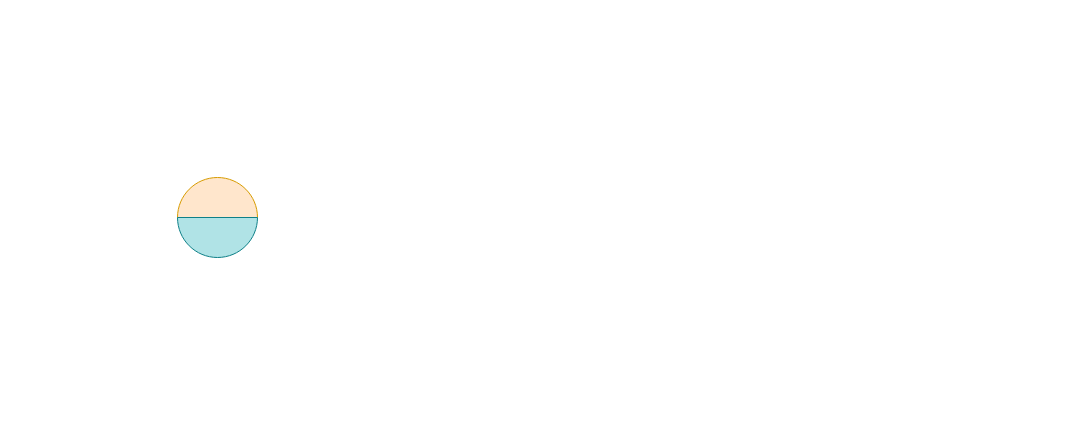
Before: Question 6.drawio in melmirasol/Case-Problem-6.2, a draw.io diagram. Source tidied: cells renumbered, new cells numbered last; positions are measured from the earlier drawing's top-left corner, leaving out a move shared by most shapes. Both pictures are drawn from the tidied source at 100%, with x=0, y=0 at pixel (177, 177).
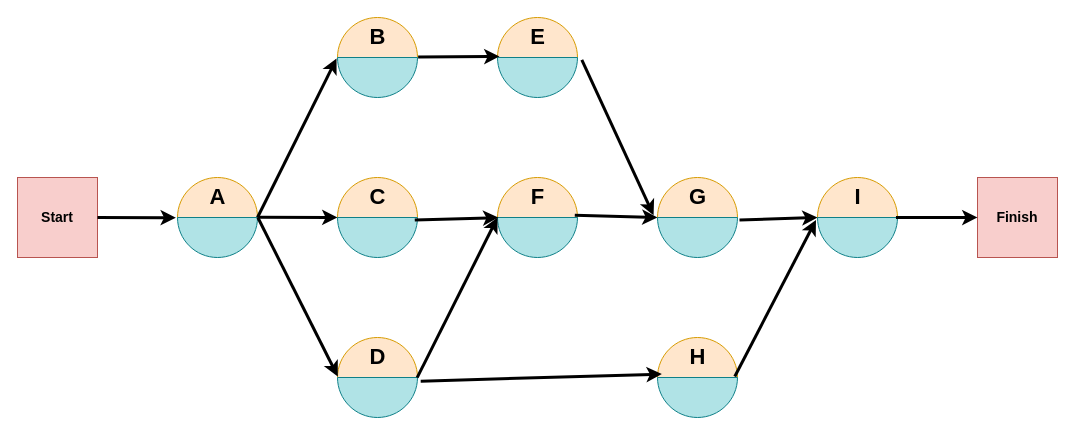
The same diagram, later.

The change refers to these unchanged cells:
```xml
<mxCell id="2" style="group;fontSize=22;fontStyle=1;" parent="1" vertex="1">
  <mxGeometry width="80" height="80" as="geometry" />
</mxCell>
```

The edit, as a diff of the source:
```diff
@@
-    <mxCell id="3" style="verticalLabelPosition=middle;verticalAlign=middle;html=1;shape=mxgraph.basic.half_circle;direction=west;labelPosition=center;align=center;fillColor=#ffe6cc;strokeColor=#d79b00;fontSize=22;fontStyle=1;" parent="2" vertex="1">
+    <mxCell id="3" value="A" style="verticalLabelPosition=middle;verticalAlign=middle;html=1;shape=mxgraph.basic.half_circle;direction=west;labelPosition=center;align=center;fillColor=#ffe6cc;strokeColor=#d79b00;fontSize=22;fontStyle=1;" parent="2" vertex="1">
       <mxGeometry width="80" height="40" as="geometry" />
     </mxCell>
@@
+    <mxCell id="5" style="group;fontSize=22;fontStyle=1;" parent="1" vertex="1">
+      <mxGeometry x="160" y="-160" width="80" height="80" as="geometry" />
+    </mxCell>
+    <mxCell id="6" value="B" style="verticalLabelPosition=middle;verticalAlign=middle;html=1;shape=mxgraph.basic.half_circle;direction=west;labelPosition=center;align=center;fillColor=#ffe6cc;strokeColor=#d79b00;fontSize=22;fontStyle=1;" parent="5" vertex="1">
+      <mxGeometry width="80" height="40" as="geometry" />
+    </mxCell>
+    <mxCell id="7" style="verticalLabelPosition=middle;verticalAlign=middle;html=1;shape=mxgraph.basic.half_circle;direction=east;labelPosition=center;align=center;fillColor=#b0e3e6;strokeColor=#0e8088;fontSize=22;fontStyle=1;" parent="5" vertex="1">
+      <mxGeometry y="40" width="80" height="40" as="geometry" />
+    </mxCell>
+    <mxCell id="8" style="group;fontSize=22;fontStyle=1;" parent="1" vertex="1">
+      <mxGeometry x="160" width="80" height="80" as="geometry" />
+    </mxCell>
+    <mxCell id="9" value="C" style="verticalLabelPosition=middle;verticalAlign=middle;html=1;shape=mxgraph.basic.half_circle;direction=west;labelPosition=center;align=center;fillColor=#ffe6cc;strokeColor=#d79b00;fontSize=22;fontStyle=1;" parent="8" vertex="1">
+      <mxGeometry width="80" height="40" as="geometry" />
+    </mxCell>
+    <mxCell id="10" style="verticalLabelPosition=middle;verticalAlign=middle;html=1;shape=mxgraph.basic.half_circle;direction=east;labelPosition=center;align=center;fillColor=#b0e3e6;strokeColor=#0e8088;fontSize=22;fontStyle=1;" parent="8" vertex="1">
+      <mxGeometry y="40" width="80" height="40" as="geometry" />
+    </mxCell>
+    <mxCell id="11" style="group;fontSize=22;fontStyle=1;" parent="1" vertex="1">
+      <mxGeometry x="160" y="160" width="80" height="80" as="geometry" />
+    </mxCell>
+    <mxCell id="12" value="D" style="verticalLabelPosition=middle;verticalAlign=middle;html=1;shape=mxgraph.basic.half_circle;direction=west;labelPosition=center;align=center;fillColor=#ffe6cc;strokeColor=#d79b00;fontSize=22;fontStyle=1;" parent="11" vertex="1">
+      <mxGeometry width="80" height="40" as="geometry" />
+    </mxCell>
+    <mxCell id="13" style="verticalLabelPosition=middle;verticalAlign=middle;html=1;shape=mxgraph.basic.half_circle;direction=east;labelPosition=center;align=center;fillColor=#b0e3e6;strokeColor=#0e8088;fontSize=22;fontStyle=1;" parent="11" vertex="1">
+      <mxGeometry y="40" width="80" height="40" as="geometry" />
+    </mxCell>
+    <mxCell id="14" style="group;fontSize=22;fontStyle=1;" parent="1" vertex="1">
+      <mxGeometry x="320" y="-160" width="80" height="80" as="geometry" />
+    </mxCell>
+    <mxCell id="15" value="E" style="verticalLabelPosition=middle;verticalAlign=middle;html=1;shape=mxgraph.basic.half_circle;direction=west;labelPosition=center;align=center;fillColor=#ffe6cc;strokeColor=#d79b00;fontSize=22;fontStyle=1;" parent="14" vertex="1">
+      <mxGeometry width="80" height="40" as="geometry" />
+    </mxCell>
+    <mxCell id="16" style="verticalLabelPosition=middle;verticalAlign=middle;html=1;shape=mxgraph.basic.half_circle;direction=east;labelPosition=center;align=center;fillColor=#b0e3e6;strokeColor=#0e8088;fontSize=22;fontStyle=1;" parent="14" vertex="1">
+      <mxGeometry y="40" width="80" height="40" as="geometry" />
+    </mxCell>
+    <mxCell id="17" style="group;fontSize=22;fontStyle=1;" parent="1" vertex="1">
+      <mxGeometry x="320" width="80" height="80" as="geometry" />
+    </mxCell>
+    <mxCell id="18" value="F" style="verticalLabelPosition=middle;verticalAlign=middle;html=1;shape=mxgraph.basic.half_circle;direction=west;labelPosition=center;align=center;fillColor=#ffe6cc;strokeColor=#d79b00;fontSize=22;fontStyle=1;" parent="17" vertex="1">
+      <mxGeometry width="80" height="40" as="geometry" />
+    </mxCell>
+    <mxCell id="19" style="verticalLabelPosition=middle;verticalAlign=middle;html=1;shape=mxgraph.basic.half_circle;direction=east;labelPosition=center;align=center;fillColor=#b0e3e6;strokeColor=#0e8088;fontSize=22;fontStyle=1;" parent="17" vertex="1">
+      <mxGeometry y="40" width="80" height="40" as="geometry" />
+    </mxCell>
+    <mxCell id="20" style="group;fontSize=22;fontStyle=1;" parent="1" vertex="1">
+      <mxGeometry x="480" y="160" width="80" height="80" as="geometry" />
+    </mxCell>
+    <mxCell id="21" value="H" style="verticalLabelPosition=middle;verticalAlign=middle;html=1;shape=mxgraph.basic.half_circle;direction=west;labelPosition=center;align=center;fillColor=#ffe6cc;strokeColor=#d79b00;fontSize=22;fontStyle=1;" parent="20" vertex="1">
+      <mxGeometry width="80" height="40" as="geometry" />
+    </mxCell>
+    <mxCell id="22" style="verticalLabelPosition=middle;verticalAlign=middle;html=1;shape=mxgraph.basic.half_circle;direction=east;labelPosition=center;align=center;fillColor=#b0e3e6;strokeColor=#0e8088;fontSize=22;fontStyle=1;" parent="20" vertex="1">
+      <mxGeometry y="40" width="80" height="40" as="geometry" />
+    </mxCell>
+    <mxCell id="23" style="group;fontSize=22;fontStyle=1;" parent="1" vertex="1">
+      <mxGeometry x="640" width="80" height="80" as="geometry" />
+    </mxCell>
+    <mxCell id="24" value="I" style="verticalLabelPosition=middle;verticalAlign=middle;html=1;shape=mxgraph.basic.half_circle;direction=west;labelPosition=center;align=center;fillColor=#ffe6cc;strokeColor=#d79b00;fontSize=22;fontStyle=1;" parent="23" vertex="1">
+      <mxGeometry width="80" height="40" as="geometry" />
+    </mxCell>
+    <mxCell id="25" style="verticalLabelPosition=middle;verticalAlign=middle;html=1;shape=mxgraph.basic.half_circle;direction=east;labelPosition=center;align=center;fillColor=#b0e3e6;strokeColor=#0e8088;fontSize=22;fontStyle=1;" parent="23" vertex="1">
+      <mxGeometry y="40" width="80" height="40" as="geometry" />
+    </mxCell>
+    <mxCell id="26" style="group;fontSize=22;fontStyle=1;" parent="1" vertex="1">
+      <mxGeometry x="480" width="80" height="80" as="geometry" />
+    </mxCell>
+    <mxCell id="27" value="G" style="verticalLabelPosition=middle;verticalAlign=middle;html=1;shape=mxgraph.basic.half_circle;direction=west;labelPosition=center;align=center;fillColor=#ffe6cc;strokeColor=#d79b00;fontSize=22;fontStyle=1;" parent="26" vertex="1">
+      <mxGeometry width="80" height="40" as="geometry" />
+    </mxCell>
+    <mxCell id="28" style="verticalLabelPosition=middle;verticalAlign=middle;html=1;shape=mxgraph.basic.half_circle;direction=east;labelPosition=center;align=center;fillColor=#b0e3e6;strokeColor=#0e8088;fontSize=22;fontStyle=1;" parent="26" vertex="1">
+      <mxGeometry y="40" width="80" height="40" as="geometry" />
+    </mxCell>
+    <mxCell id="29" style="rounded=0;jettySize=auto;html=1;entryX=-0.012;entryY=0.025;entryDx=0;entryDy=0;entryPerimeter=0;strokeWidth=3;" parent="1" edge="1" target="7">
+      <mxGeometry relative="1" as="geometry">
+        <mxPoint x="80" y="40" as="sourcePoint" />
+      </mxGeometry>
+    </mxCell>
+    <mxCell id="30" value="Start" style="whiteSpace=wrap;html=1;fontSize=14;fontStyle=1;fillColor=#f8cecc;strokeColor=#b85450;" parent="1" vertex="1">
+      <mxGeometry x="-160" width="80" height="80" as="geometry" />
+    </mxCell>
+    <mxCell id="31" value="Finish" style="whiteSpace=wrap;html=1;fontSize=14;fontStyle=1;fillColor=#f8cecc;strokeColor=#b85450;" parent="1" vertex="1">
+      <mxGeometry x="800" width="80" height="80" as="geometry" />
+    </mxCell>
+    <mxCell id="32" style="rounded=0;jettySize=auto;html=1;exitX=1;exitY=0.5;exitDx=0;exitDy=0;entryX=1.02;entryY=-0.005;entryDx=0;entryDy=0;entryPerimeter=0;strokeWidth=3;" parent="1" edge="1" source="30" target="3">
+      <mxGeometry relative="1" as="geometry" />
+    </mxCell>
+    <mxCell id="33" style="rounded=0;jettySize=auto;html=1;exitX=-0.008;exitY=0.013;exitDx=0;exitDy=0;entryX=0.025;entryY=-0.026;entryDx=0;entryDy=0;entryPerimeter=0;exitPerimeter=0;strokeWidth=3;" parent="1" edge="1" source="6" target="16">
+      <mxGeometry relative="1" as="geometry" />
+    </mxCell>
+    <mxCell id="34" style="rounded=0;jettySize=auto;html=1;entryX=1;entryY=0;entryDx=0;entryDy=0;entryPerimeter=0;exitX=-0.008;exitY=0.008;exitDx=0;exitDy=0;exitPerimeter=0;strokeWidth=3;" parent="1" edge="1" source="3" target="9">
+      <mxGeometry relative="1" as="geometry" />
+    </mxCell>
+    <mxCell id="35" style="rounded=0;jettySize=auto;html=1;exitX=-0.004;exitY=0;exitDx=0;exitDy=0;entryX=0.004;entryY=-0.025;entryDx=0;entryDy=0;entryPerimeter=0;exitPerimeter=0;strokeWidth=3;" parent="1" edge="1" source="3" target="13">
+      <mxGeometry relative="1" as="geometry" />
+    </mxCell>
+    <mxCell id="36" style="rounded=0;jettySize=auto;html=1;exitX=0.966;exitY=0.062;exitDx=0;exitDy=0;entryX=0.99;entryY=-0.003;entryDx=0;entryDy=0;entryPerimeter=0;exitPerimeter=0;strokeWidth=3;" parent="1" edge="1" source="10" target="18">
+      <mxGeometry relative="1" as="geometry" />
+    </mxCell>
+    <mxCell id="37" style="rounded=0;jettySize=auto;html=1;exitX=0.004;exitY=-0.003;exitDx=0;exitDy=0;exitPerimeter=0;strokeWidth=3;" parent="1" edge="1" source="12">
+      <mxGeometry relative="1" as="geometry">
+        <mxPoint x="320" y="40" as="targetPoint" />
+      </mxGeometry>
+    </mxCell>
+    <mxCell id="38" style="rounded=0;jettySize=auto;html=1;exitX=1.054;exitY=0.062;exitDx=0;exitDy=0;entryX=-0.049;entryY=-0.056;entryDx=0;entryDy=0;entryPerimeter=0;exitPerimeter=0;strokeWidth=3;" parent="1" edge="1" source="16" target="28">
+      <mxGeometry relative="1" as="geometry" />
+    </mxCell>
+    <mxCell id="39" style="rounded=0;jettySize=auto;html=1;exitX=0.966;exitY=-0.056;exitDx=0;exitDy=0;exitPerimeter=0;strokeWidth=3;" parent="1" edge="1" source="19">
+      <mxGeometry relative="1" as="geometry">
+        <mxPoint x="480" y="40" as="targetPoint" />
+      </mxGeometry>
+    </mxCell>
+    <mxCell id="40" style="rounded=0;jettySize=auto;html=1;exitX=1.04;exitY=0.091;exitDx=0;exitDy=0;entryX=0.946;entryY=0.085;entryDx=0;entryDy=0;entryPerimeter=0;exitPerimeter=0;strokeWidth=3;" parent="1" edge="1" source="13" target="21">
+      <mxGeometry relative="1" as="geometry" />
+    </mxCell>
+    <mxCell id="41" style="rounded=0;jettySize=auto;html=1;exitX=1.025;exitY=0.062;exitDx=0;exitDy=0;exitPerimeter=0;entryX=0;entryY=0;entryDx=0;entryDy=0;entryPerimeter=0;strokeWidth=3;" parent="1" edge="1" source="28" target="25">
+      <mxGeometry relative="1" as="geometry" />
+    </mxCell>
+    <mxCell id="42" style="rounded=0;jettySize=auto;html=1;exitX=0.034;exitY=0.026;exitDx=0;exitDy=0;entryX=-0.019;entryY=0.062;entryDx=0;entryDy=0;entryPerimeter=0;exitPerimeter=0;strokeWidth=3;" parent="1" edge="1" source="21" target="25">
+      <mxGeometry relative="1" as="geometry" />
+    </mxCell>
+    <mxCell id="43" style="rounded=0;jettySize=auto;html=1;exitX=0.981;exitY=0.003;exitDx=0;exitDy=0;entryX=0;entryY=0.5;entryDx=0;entryDy=0;exitPerimeter=0;strokeWidth=3;" parent="1" edge="1" source="25" target="31">
+      <mxGeometry relative="1" as="geometry" />
+    </mxCell>
```
